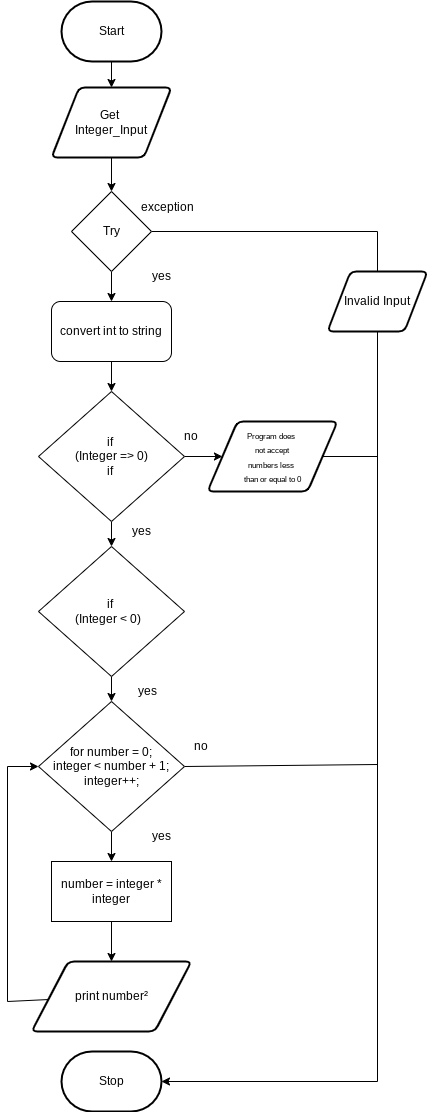
Before: Drawio/FlowChart.png, a diagram exported from draw.io (JacksonNaufal/ICS3U-Unit4-04-Python). Source tidied: cells renumbered, new cells last; positions are measured from the earlier drawing's top-left corner, leaving out a move shared by most shapes.
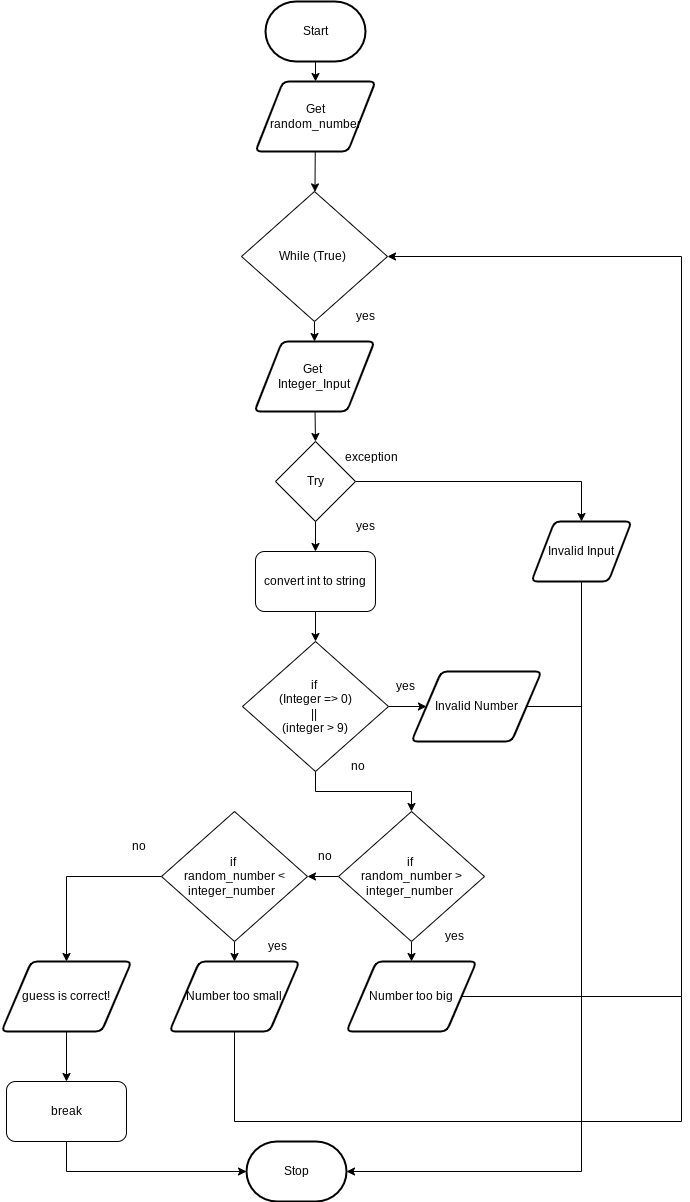
After the commit.

The edit, as a diff of the source:
```diff
@@ -2,102 +2,67 @@
   <root>
     <mxCell id="0" />
     <mxCell id="1" parent="0" />
-    <mxCell id="2" style="edgeStyle=none;rounded=0;html=1;" parent="1" edge="1" source="3" target="11">
-      <mxGeometry relative="1" as="geometry" />
-    </mxCell>
     <mxCell id="3" value="Start" style="strokeWidth=2;html=1;shape=mxgraph.flowchart.terminator;whiteSpace=wrap;" parent="1" vertex="1">
-      <mxGeometry x="54" width="100" height="60" as="geometry" />
+      <mxGeometry x="54" y="-250" width="100" height="60" as="geometry" />
     </mxCell>
     <mxCell id="4" value="Stop" style="strokeWidth=2;html=1;shape=mxgraph.flowchart.terminator;whiteSpace=wrap;rounded=1;" parent="1" vertex="1">
-      <mxGeometry x="54" y="1050" width="100" height="60" as="geometry" />
+      <mxGeometry x="35" y="890" width="100" height="60" as="geometry" />
     </mxCell>
+    <mxCell id="6" style="edgeStyle=none;html=1;" parent="1" edge="1" source="7" target="23">
+      <mxGeometry relative="1" as="geometry" />
+    </mxCell>
-    <mxCell id="5" style="edgeStyle=none;html=1;entryX=0.5;entryY=0;entryDx=0;entryDy=0;rounded=0;" parent="1" edge="1" source="7" target="9">
+    <mxCell id="5" style="edgeStyle=none;html=1;entryX=0.5;entryY=0;entryDx=0;entryDy=0;endArrow=classic;endFill=1;rounded=0;" parent="1" edge="1" source="7" target="9">
       <mxGeometry relative="1" as="geometry">
         <Array as="points">
           <mxPoint x="370" y="230" />
-          <mxPoint x="370" y="290" />
-          <mxPoint x="370" y="350" />
-          <mxPoint x="370" y="540" />
         </Array>
       </mxGeometry>
     </mxCell>
-    <mxCell id="6" style="edgeStyle=none;html=1;" parent="1" edge="1" source="7" target="23">
-      <mxGeometry relative="1" as="geometry" />
-    </mxCell>
     <mxCell id="7" value="Try" style="rhombus;whiteSpace=wrap;html=1;" parent="1" vertex="1">
       <mxGeometry x="64" y="190" width="80" height="80" as="geometry" />
     </mxCell>
     <mxCell id="8" style="edgeStyle=none;rounded=0;html=1;entryX=1;entryY=0.5;entryDx=0;entryDy=0;entryPerimeter=0;" parent="1" edge="1" source="9" target="4">
       <mxGeometry relative="1" as="geometry">
         <Array as="points">
-          <mxPoint x="370" y="1080" />
+          <mxPoint x="370" y="920" />
         </Array>
       </mxGeometry>
     </mxCell>
     <mxCell id="9" value="Invalid Input" style="shape=parallelogram;html=1;strokeWidth=2;perimeter=parallelogramPerimeter;whiteSpace=wrap;rounded=1;arcSize=12;size=0.23;" parent="1" vertex="1">
       <mxGeometry x="320" y="270" width="100" height="60" as="geometry" />
     </mxCell>
-    <mxCell id="10" style="edgeStyle=none;html=1;" parent="1" edge="1" source="11" target="7">
+    <mxCell id="10" style="edgeStyle=none;rounded=0;html=1;entryX=0.5;entryY=0;entryDx=0;entryDy=0;fontSize=12;endArrow=classic;endFill=1;" parent="1" edge="1" source="11" target="7">
       <mxGeometry relative="1" as="geometry" />
     </mxCell>
     <mxCell id="11" value="Get &lt;br&gt;Integer_Input" style="shape=parallelogram;html=1;strokeWidth=2;perimeter=parallelogramPerimeter;whiteSpace=wrap;rounded=1;arcSize=12;size=0.23;" parent="1" vertex="1">
-      <mxGeometry x="44" y="86" width="120" height="70" as="geometry" />
+      <mxGeometry x="43" y="90" width="120" height="70" as="geometry" />
     </mxCell>
-    <mxCell id="12" style="edgeStyle=none;html=1;" parent="1" edge="1" source="14" target="25">
-      <mxGeometry relative="1" as="geometry" />
-    </mxCell>
     <mxCell id="13" style="edgeStyle=none;html=1;entryX=0;entryY=0.5;entryDx=0;entryDy=0;" parent="1" edge="1" source="14" target="27">
       <mxGeometry relative="1" as="geometry" />
     </mxCell>
+    <mxCell id="35" style="edgeStyle=none;rounded=0;html=1;entryX=0.5;entryY=0;entryDx=0;entryDy=0;fontSize=12;endArrow=classic;endFill=1;exitX=0.5;exitY=1;exitDx=0;exitDy=0;" parent="1" edge="1" source="14" target="44">
+      <mxGeometry relative="1" as="geometry">
+        <Array as="points">
+          <mxPoint x="104" y="540" />
+          <mxPoint x="200" y="540" />
+        </Array>
+      </mxGeometry>
+    </mxCell>
-    <mxCell id="14" value="if&amp;nbsp;&lt;br&gt;(Integer =&amp;gt; 0)&lt;br&gt;if&amp;nbsp;" style="rhombus;whiteSpace=wrap;html=1;" parent="1" vertex="1">
+    <mxCell id="14" value="if&amp;nbsp;&lt;br&gt;(Integer =&amp;gt; 0)&lt;br&gt;||&amp;nbsp;&lt;br&gt;(integer &amp;gt; 9)" style="rhombus;whiteSpace=wrap;html=1;" parent="1" vertex="1">
       <mxGeometry x="31" y="390" width="146" height="130" as="geometry" />
     </mxCell>
-    <mxCell id="15" style="edgeStyle=none;rounded=0;html=1;endArrow=classic;endFill=1;" parent="1" edge="1" source="17" target="21">
-      <mxGeometry relative="1" as="geometry" />
-    </mxCell>
-    <mxCell id="16" style="edgeStyle=none;rounded=0;html=1;endArrow=none;endFill=0;exitX=1;exitY=0.5;exitDx=0;exitDy=0;" parent="1" edge="1" source="17">
-      <mxGeometry relative="1" as="geometry">
-        <mxPoint x="370" y="763" as="targetPoint" />
-      </mxGeometry>
-    </mxCell>
-    <mxCell id="17" value="for number = 0;&lt;br&gt;integer &amp;lt; number + 1;&lt;br&gt;integer++;" style="rhombus;whiteSpace=wrap;html=1;" parent="1" vertex="1">
-      <mxGeometry x="31" y="700" width="146" height="130" as="geometry" />
-    </mxCell>
-    <mxCell id="18" style="edgeStyle=none;rounded=0;html=1;entryX=0;entryY=0.5;entryDx=0;entryDy=0;endArrow=classic;endFill=1;" parent="1" edge="1" source="19" target="17">
-      <mxGeometry relative="1" as="geometry">
-        <Array as="points">
-          <mxPoint y="1000" />
-          <mxPoint y="765" />
-        </Array>
-      </mxGeometry>
-    </mxCell>
-    <mxCell id="19" value="print number²" style="shape=parallelogram;html=1;strokeWidth=2;perimeter=parallelogramPerimeter;whiteSpace=wrap;rounded=1;arcSize=12;size=0.23;" parent="1" vertex="1">
-      <mxGeometry x="24" y="960" width="160" height="70" as="geometry" />
-    </mxCell>
-    <mxCell id="20" style="edgeStyle=none;rounded=0;html=1;endArrow=classic;endFill=1;" parent="1" edge="1" source="21" target="19">
-      <mxGeometry relative="1" as="geometry" />
-    </mxCell>
-    <mxCell id="21" value="number = integer * integer" style="rounded=0;whiteSpace=wrap;html=1;" parent="1" vertex="1">
-      <mxGeometry x="44" y="860" width="120" height="60" as="geometry" />
-    </mxCell>
     <mxCell id="22" style="edgeStyle=none;html=1;entryX=0.5;entryY=0;entryDx=0;entryDy=0;" parent="1" edge="1" source="23" target="14">
       <mxGeometry relative="1" as="geometry" />
     </mxCell>
     <mxCell id="23" value="convert int to string" style="rounded=1;whiteSpace=wrap;html=1;" parent="1" vertex="1">
       <mxGeometry x="44" y="300" width="120" height="60" as="geometry" />
     </mxCell>
-    <mxCell id="24" style="edgeStyle=none;html=1;" parent="1" edge="1" source="25" target="17">
-      <mxGeometry relative="1" as="geometry" />
-    </mxCell>
-    <mxCell id="25" value="if&amp;nbsp;&lt;br&gt;(Integer &amp;lt; 0)&amp;nbsp;&amp;nbsp;" style="rhombus;whiteSpace=wrap;html=1;" parent="1" vertex="1">
-      <mxGeometry x="31" y="545" width="146" height="130" as="geometry" />
-    </mxCell>
     <mxCell id="26" style="edgeStyle=none;rounded=0;html=1;endArrow=none;endFill=0;" parent="1" edge="1" source="27">
       <mxGeometry relative="1" as="geometry">
         <mxPoint x="370" y="455" as="targetPoint" />
       </mxGeometry>
     </mxCell>
-    <mxCell id="27" value="&lt;font style=&quot;font-size: 8px&quot;&gt;Program does&amp;nbsp;&lt;br&gt;not accept&lt;br&gt;numbers less &lt;br&gt;than or equal to 0&lt;/font&gt;" style="shape=parallelogram;html=1;strokeWidth=2;perimeter=parallelogramPerimeter;whiteSpace=wrap;rounded=1;arcSize=12;size=0.23;" parent="1" vertex="1">
+    <mxCell id="27" value="&lt;font style=&quot;font-size: 12px&quot;&gt;Invalid Number&lt;/font&gt;" style="shape=parallelogram;html=1;strokeWidth=2;perimeter=parallelogramPerimeter;whiteSpace=wrap;rounded=1;arcSize=12;size=0.23;" parent="1" vertex="1">
       <mxGeometry x="200" y="420" width="130" height="70" as="geometry" />
     </mxCell>
     <mxCell id="28" value="&lt;font style=&quot;font-size: 12px&quot;&gt;exception&lt;/font&gt;" style="text;html=1;strokeColor=none;fillColor=none;align=center;verticalAlign=middle;whiteSpace=wrap;rounded=0;fontSize=8;" parent="1" vertex="1">
@@ -107,19 +72,102 @@
       <mxGeometry x="124" y="260" width="60" height="30" as="geometry" />
     </mxCell>
     <mxCell id="30" value="&lt;font style=&quot;font-size: 12px&quot;&gt;yes&lt;/font&gt;" style="text;html=1;strokeColor=none;fillColor=none;align=center;verticalAlign=middle;whiteSpace=wrap;rounded=0;fontSize=8;" parent="1" vertex="1">
-      <mxGeometry x="104" y="515" width="60" height="30" as="geometry" />
+      <mxGeometry x="164" y="420" width="60" height="30" as="geometry" />
     </mxCell>
-    <mxCell id="31" value="&lt;font style=&quot;font-size: 12px&quot;&gt;yes&lt;/font&gt;" style="text;html=1;strokeColor=none;fillColor=none;align=center;verticalAlign=middle;whiteSpace=wrap;rounded=0;fontSize=8;" parent="1" vertex="1">
-      <mxGeometry x="124" y="820" width="60" height="30" as="geometry" />
-    </mxCell>
     <mxCell id="32" value="&lt;font style=&quot;font-size: 12px&quot;&gt;no&lt;/font&gt;" style="text;html=1;strokeColor=none;fillColor=none;align=center;verticalAlign=middle;whiteSpace=wrap;rounded=0;fontSize=8;" parent="1" vertex="1">
-      <mxGeometry x="154" y="420" width="60" height="30" as="geometry" />
+      <mxGeometry x="117" y="500" width="60" height="30" as="geometry" />
     </mxCell>
-    <mxCell id="33" value="&lt;font style=&quot;font-size: 12px&quot;&gt;no&lt;/font&gt;" style="text;html=1;strokeColor=none;fillColor=none;align=center;verticalAlign=middle;whiteSpace=wrap;rounded=0;fontSize=8;" parent="1" vertex="1">
-      <mxGeometry x="164" y="730" width="60" height="30" as="geometry" />
-    </mxCell>
-    <mxCell id="34" value="&lt;font style=&quot;font-size: 12px&quot;&gt;yes&lt;/font&gt;" style="text;html=1;strokeColor=none;fillColor=none;align=center;verticalAlign=middle;whiteSpace=wrap;rounded=0;fontSize=8;" parent="1" vertex="1">
-      <mxGeometry x="110" y="675" width="60" height="30" as="geometry" />
-    </mxCell>
+    <mxCell id="36" style="edgeStyle=none;rounded=0;html=1;fontSize=12;endArrow=classic;endFill=1;" parent="1" edge="1" source="37" target="40">
+      <mxGeometry relative="1" as="geometry" />
+    </mxCell>
+    <mxCell id="37" value="Get&lt;br&gt;random_number" style="shape=parallelogram;html=1;strokeWidth=2;perimeter=parallelogramPerimeter;whiteSpace=wrap;rounded=1;arcSize=12;size=0.23;" parent="1" vertex="1">
+      <mxGeometry x="44" y="-170" width="120" height="70" as="geometry" />
+    </mxCell>
+    <mxCell id="38" style="edgeStyle=none;rounded=0;html=1;endArrow=classic;endFill=1;" parent="1" edge="1" source="3" target="37">
+      <mxGeometry relative="1" as="geometry" />
+    </mxCell>
+    <mxCell id="39" style="edgeStyle=none;rounded=0;html=1;entryX=0.5;entryY=0;entryDx=0;entryDy=0;fontSize=12;endArrow=classic;endFill=1;" parent="1" edge="1" source="40" target="11">
+      <mxGeometry relative="1" as="geometry" />
+    </mxCell>
+    <mxCell id="40" value="While (True)&amp;nbsp;" style="rhombus;whiteSpace=wrap;html=1;" parent="1" vertex="1">
+      <mxGeometry x="30" y="-60" width="146" height="130" as="geometry" />
+    </mxCell>
+    <mxCell id="41" value="&lt;font style=&quot;font-size: 12px&quot;&gt;yes&lt;/font&gt;" style="text;html=1;strokeColor=none;fillColor=none;align=center;verticalAlign=middle;whiteSpace=wrap;rounded=0;fontSize=8;" parent="1" vertex="1">
+      <mxGeometry x="124" y="50" width="60" height="30" as="geometry" />
+    </mxCell>
+    <mxCell id="42" style="edgeStyle=none;rounded=0;html=1;fontSize=12;endArrow=classic;endFill=1;" parent="1" edge="1" source="44" target="49">
+      <mxGeometry relative="1" as="geometry" />
+    </mxCell>
+    <mxCell id="43" style="edgeStyle=none;rounded=0;html=1;fontSize=12;endArrow=classic;endFill=1;" parent="1" edge="1" source="44" target="47">
+      <mxGeometry relative="1" as="geometry" />
+    </mxCell>
+    <mxCell id="44" value="if&amp;nbsp;&lt;br&gt;random_number &amp;gt; integer_number&amp;nbsp;" style="rhombus;whiteSpace=wrap;html=1;" parent="1" vertex="1">
+      <mxGeometry x="127" y="560" width="146" height="130" as="geometry" />
+    </mxCell>
+    <mxCell id="45" style="edgeStyle=none;rounded=0;html=1;fontSize=12;endArrow=classic;endFill=1;" parent="1" edge="1" source="47" target="51">
+      <mxGeometry relative="1" as="geometry" />
+    </mxCell>
+    <mxCell id="46" style="edgeStyle=none;rounded=0;html=1;entryX=0.5;entryY=0;entryDx=0;entryDy=0;fontSize=12;endArrow=classic;endFill=1;exitX=0;exitY=0.5;exitDx=0;exitDy=0;" parent="1" edge="1" source="47">
+      <mxGeometry relative="1" as="geometry">
+        <mxPoint x="-145" y="710" as="targetPoint" />
+        <Array as="points">
+          <mxPoint x="-145" y="625" />
+        </Array>
+      </mxGeometry>
+    </mxCell>
+    <mxCell id="47" value="if&amp;nbsp;&lt;br&gt;random_number &amp;lt; integer_number&amp;nbsp;&amp;nbsp;" style="rhombus;whiteSpace=wrap;html=1;" parent="1" vertex="1">
+      <mxGeometry x="-50" y="560" width="146" height="130" as="geometry" />
+    </mxCell>
+    <mxCell id="48" style="edgeStyle=none;rounded=0;html=1;entryX=1;entryY=0.5;entryDx=0;entryDy=0;fontSize=12;endArrow=classic;endFill=1;" parent="1" edge="1" source="49" target="40">
+      <mxGeometry relative="1" as="geometry">
+        <Array as="points">
+          <mxPoint x="470" y="745" />
+          <mxPoint x="470" y="5" />
+        </Array>
+      </mxGeometry>
+    </mxCell>
+    <mxCell id="49" value="&lt;font style=&quot;font-size: 12px&quot;&gt;Number too big&lt;/font&gt;" style="shape=parallelogram;html=1;strokeWidth=2;perimeter=parallelogramPerimeter;whiteSpace=wrap;rounded=1;arcSize=12;size=0.23;" parent="1" vertex="1">
+      <mxGeometry x="135" y="710" width="130" height="70" as="geometry" />
+    </mxCell>
+    <mxCell id="50" style="edgeStyle=none;rounded=0;html=1;fontSize=12;endArrow=none;endFill=0;exitX=0.5;exitY=1;exitDx=0;exitDy=0;" parent="1" edge="1" source="51">
+      <mxGeometry relative="1" as="geometry">
+        <mxPoint x="470" y="745" as="targetPoint" />
+        <Array as="points">
+          <mxPoint x="23" y="870" />
+          <mxPoint x="470" y="870" />
+        </Array>
+      </mxGeometry>
+    </mxCell>
+    <mxCell id="51" value="Number too small" style="shape=parallelogram;html=1;strokeWidth=2;perimeter=parallelogramPerimeter;whiteSpace=wrap;rounded=1;arcSize=12;size=0.23;" parent="1" vertex="1">
+      <mxGeometry x="-42" y="710" width="130" height="70" as="geometry" />
+    </mxCell>
+    <mxCell id="52" style="edgeStyle=none;rounded=0;html=1;entryX=0;entryY=0.5;entryDx=0;entryDy=0;entryPerimeter=0;fontSize=12;endArrow=classic;endFill=1;exitX=0.5;exitY=1;exitDx=0;exitDy=0;" parent="1" edge="1" source="53" target="4">
+      <mxGeometry relative="1" as="geometry">
+        <Array as="points">
+          <mxPoint x="-145" y="920" />
+        </Array>
+      </mxGeometry>
+    </mxCell>
+    <mxCell id="53" value="break" style="rounded=1;whiteSpace=wrap;html=1;" parent="1" vertex="1">
+      <mxGeometry x="-205" y="830" width="120" height="60" as="geometry" />
+    </mxCell>
+    <mxCell id="54" style="edgeStyle=none;rounded=0;html=1;fontSize=12;endArrow=classic;endFill=1;" parent="1" edge="1" source="55" target="53">
+      <mxGeometry relative="1" as="geometry" />
+    </mxCell>
+    <mxCell id="55" value="guess is correct!" style="shape=parallelogram;html=1;strokeWidth=2;perimeter=parallelogramPerimeter;whiteSpace=wrap;rounded=1;arcSize=12;size=0.23;" parent="1" vertex="1">
+      <mxGeometry x="-210" y="710" width="130" height="70" as="geometry" />
+    </mxCell>
+    <mxCell id="56" value="&lt;font style=&quot;font-size: 12px&quot;&gt;yes&lt;/font&gt;" style="text;html=1;strokeColor=none;fillColor=none;align=center;verticalAlign=middle;whiteSpace=wrap;rounded=0;fontSize=8;" parent="1" vertex="1">
+      <mxGeometry x="213" y="670" width="60" height="30" as="geometry" />
+    </mxCell>
+    <mxCell id="57" value="&lt;font style=&quot;font-size: 12px&quot;&gt;no&lt;/font&gt;" style="text;html=1;strokeColor=none;fillColor=none;align=center;verticalAlign=middle;whiteSpace=wrap;rounded=0;fontSize=8;" parent="1" vertex="1">
+      <mxGeometry x="84" y="590" width="60" height="30" as="geometry" />
+    </mxCell>
+    <mxCell id="58" value="&lt;font style=&quot;font-size: 12px&quot;&gt;no&lt;/font&gt;" style="text;html=1;strokeColor=none;fillColor=none;align=center;verticalAlign=middle;whiteSpace=wrap;rounded=0;fontSize=8;" parent="1" vertex="1">
+      <mxGeometry x="-102" y="580" width="60" height="30" as="geometry" />
+    </mxCell>
+    <mxCell id="59" value="&lt;font style=&quot;font-size: 12px&quot;&gt;yes&lt;/font&gt;" style="text;html=1;strokeColor=none;fillColor=none;align=center;verticalAlign=middle;whiteSpace=wrap;rounded=0;fontSize=8;" parent="1" vertex="1">
+      <mxGeometry x="36" y="680" width="60" height="30" as="geometry" />
+    </mxCell>
   </root>
 </mxGraphModel>
```
